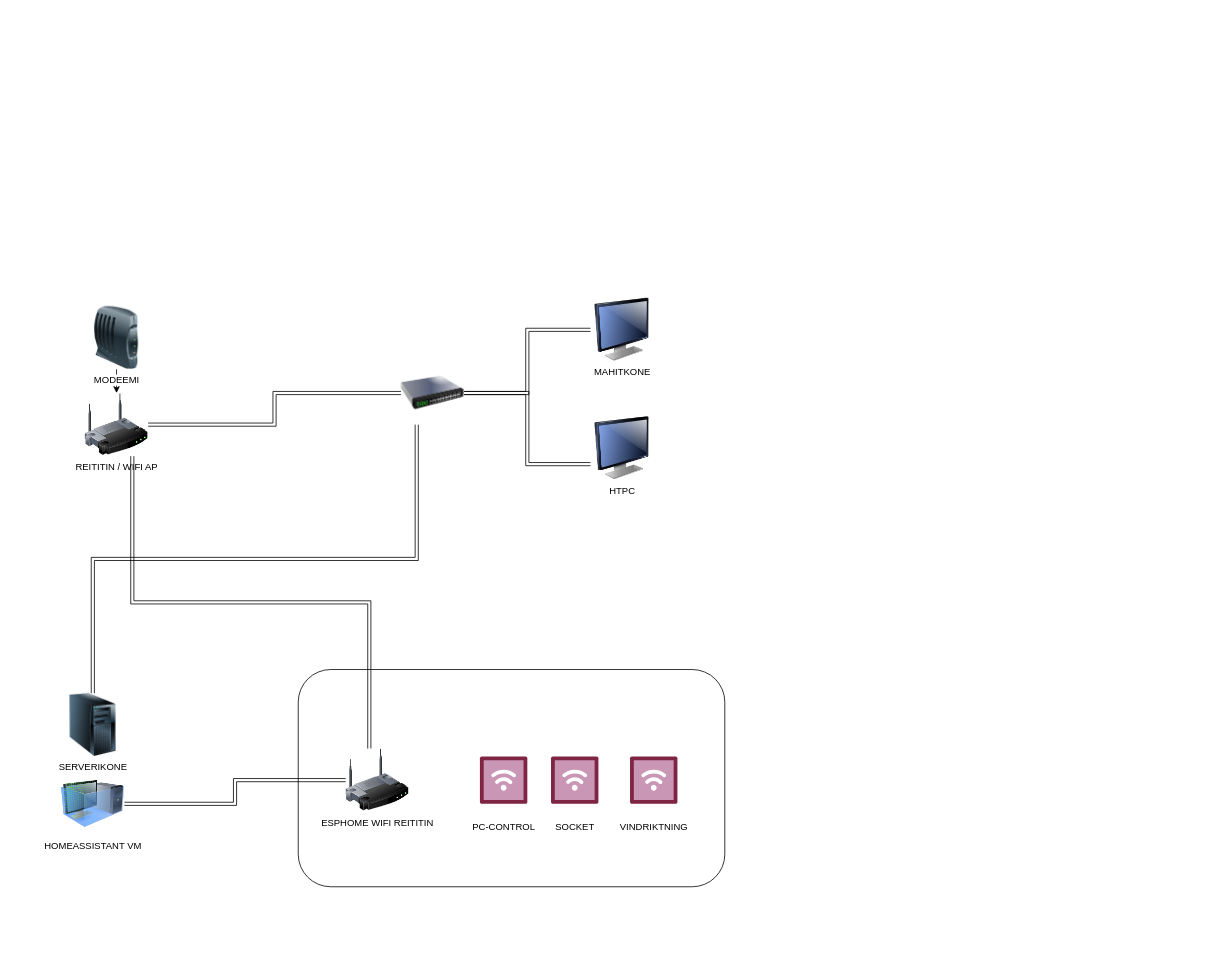
The draw.io diagram nettitopo.drawio in Xysaro/drawiopiirustuksia, before the edit. Source tidied: cells renumbered, new cells numbered last; positions are measured from the earlier drawing's top-left corner, leaving out a move shared by most shapes. Both pictures are drawn from the tidied source at 79%, with x=0, y=0 at pixel (61, 298).
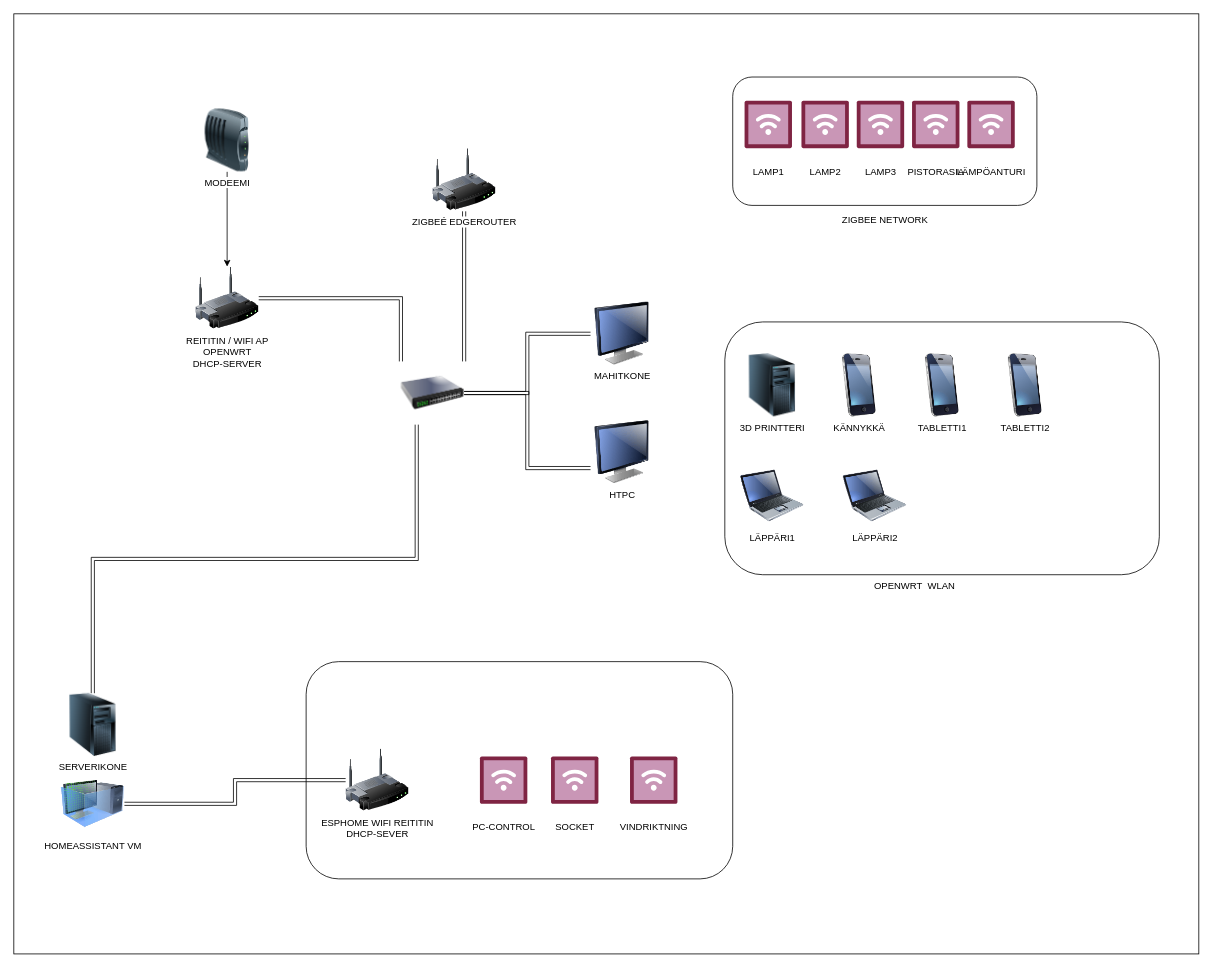
The same diagram, later.

Unchanged cells that the change refers to:
```xml
<mxCell id="4" style="image;html=1;image=img/lib/clip_art/networking/Switch_128x128.png;" parent="1" vertex="1">
  <mxGeometry x="430" y="80" width="80" height="80" as="geometry" />
</mxCell>
```

The edit, as a diff of the source:
```diff
@@
+    <mxCell id="21" style="rounded=0;whiteSpace=wrap;html=1;fillColor=none;" parent="1" vertex="1">
+      <mxGeometry x="-60" y="-360" width="1500" height="1190" as="geometry" />
+    </mxCell>
@@
+    <mxCell id="22" style="edgeStyle=orthogonalEdgeStyle;rounded=0;jettySize=auto;html=1;exitX=1;exitY=0.5;exitDx=0;exitDy=0;entryX=0;entryY=0.5;entryDx=0;entryDy=0;shape=link;" parent="1" edge="1" source="4" target="13">
+      <mxGeometry relative="1" as="geometry" />
+    </mxCell>
@@
-    <mxCell id="5" style="edgeStyle=orthogonalEdgeStyle;rounded=0;jettySize=auto;html=1;exitX=1;exitY=0.5;exitDx=0;exitDy=0;shape=link;" parent="1" edge="1" source="6" target="4">
+    <mxCell id="5" style="edgeStyle=orthogonalEdgeStyle;rounded=0;jettySize=auto;html=1;exitX=1;exitY=0.5;exitDx=0;exitDy=0;shape=link;entryX=0;entryY=0;entryDx=0;entryDy=0;" parent="1" edge="1" source="6" target="4">
       <mxGeometry relative="1" as="geometry" />
     </mxCell>
-    <mxCell id="6" value="&lt;div&gt;REITITIN / WIFI AP&lt;/div&gt;" style="image;html=1;image=img/lib/clip_art/networking/Wireless_Router_128x128.png;" parent="1" vertex="1">
-      <mxGeometry x="30" y="120" width="80" height="80" as="geometry" />
+    <mxCell id="6" value="&lt;div&gt;REITITIN / WIFI AP&lt;/div&gt;&lt;div&gt;OPENWRT&lt;/div&gt;&lt;div&gt;DHCP-SERVER&lt;br&gt;&lt;/div&gt;" style="image;html=1;image=img/lib/clip_art/networking/Wireless_Router_128x128.png;" parent="1" vertex="1">
+      <mxGeometry x="170" y="-40" width="80" height="80" as="geometry" />
     </mxCell>
@@
     <mxCell id="8" value="MODEEMI" style="image;html=1;image=img/lib/clip_art/networking/Modem_128x128.png;" parent="1" vertex="1">
-      <mxGeometry x="30" y="10" width="80" height="80" as="geometry" />
+      <mxGeometry x="170" y="-240" width="80" height="80" as="geometry" />
     </mxCell>
@@
     <mxCell id="11" style="rounded=1;whiteSpace=wrap;html=1;" parent="1" vertex="1">
-      <mxGeometry x="300" y="470" width="540" height="275" as="geometry" />
+      <mxGeometry x="310" y="460" width="540" height="275" as="geometry" />
     </mxCell>
-    <mxCell id="12" style="rounded=0;jettySize=auto;html=1;exitX=0;exitY=0.5;exitDx=0;exitDy=0;edgeStyle=orthogonalEdgeStyle;curved=0;flowAnimation=0;shape=link;" parent="1" edge="1" source="13" target="4">
-      <mxGeometry relative="1" as="geometry" />
-    </mxCell>
     <mxCell id="13" value="MAHITKONE" style="image;html=1;image=img/lib/clip_art/computers/Monitor_128x128.png;" parent="1" vertex="1">
-      <mxGeometry x="670" width="80" height="80" as="geometry" />
+      <mxGeometry x="670" y="5" width="80" height="80" as="geometry" />
     </mxCell>
     <mxCell id="14" value="HTPC" style="image;html=1;image=img/lib/clip_art/computers/Monitor_128x128.png;" parent="1" vertex="1">
-      <mxGeometry x="670" y="150" width="80" height="80" as="geometry" />
+      <mxGeometry x="670" y="155" width="80" height="80" as="geometry" />
     </mxCell>
-    <mxCell id="15" value="ESPHOME WIFI REITITIN" style="image;html=1;image=img/lib/clip_art/networking/Wireless_Router_128x128.png;" parent="1" vertex="1">
+    <mxCell id="15" value="&lt;div&gt;ESPHOME WIFI REITITIN&lt;/div&gt;&lt;div&gt;DHCP-SEVER&lt;br&gt;&lt;/div&gt;" style="image;html=1;image=img/lib/clip_art/networking/Wireless_Router_128x128.png;" parent="1" vertex="1">
       <mxGeometry x="360" y="570" width="80" height="80" as="geometry" />
     </mxCell>
@@
-    <mxCell id="20" style="edgeStyle=orthogonalEdgeStyle;rounded=0;jettySize=auto;html=1;exitX=0.75;exitY=1;exitDx=0;exitDy=0;shape=link;" parent="1" edge="1" source="6" target="15">
-      <mxGeometry relative="1" as="geometry">
-        <Array as="points">
-          <mxPoint x="90" y="385" />
-          <mxPoint x="390" y="385" />
-        </Array>
-      </mxGeometry>
-    </mxCell>
+    <mxCell id="23" style="edgeStyle=orthogonalEdgeStyle;rounded=0;jettySize=auto;html=1;exitX=0.5;exitY=1;exitDx=0;exitDy=0;entryX=1;entryY=0;entryDx=0;entryDy=0;shape=link;" parent="1" edge="1" source="24" target="4">
+      <mxGeometry relative="1" as="geometry" />
+    </mxCell>
+    <mxCell id="24" value="ZIGBEÉ EDGEROUTER" style="image;html=1;image=img/lib/clip_art/networking/Wireless_Router_128x128.png;" parent="1" vertex="1">
+      <mxGeometry x="470" y="-190" width="80" height="80" as="geometry" />
+    </mxCell>
+    <mxCell id="25" style="group;" parent="1" vertex="1">
+      <mxGeometry x="850" y="-280" width="405" height="200" as="geometry" />
+    </mxCell>
+    <mxCell id="26" style="rounded=1;whiteSpace=wrap;html=1;" parent="25" vertex="1">
+      <mxGeometry width="385" height="162.5" as="geometry" />
+    </mxCell>
+    <mxCell id="27" value="ZIGBEE NETWORK" style="text;strokeColor=none;align=center;fillColor=none;html=1;verticalAlign=middle;whiteSpace=wrap;rounded=0;" parent="25" vertex="1">
+      <mxGeometry x="56.6" y="162.5" width="271.8" height="37.5" as="geometry" />
+    </mxCell>
+    <mxCell id="28" value="&lt;div&gt;LAMP1&lt;/div&gt;" style="verticalLabelPosition=bottom;html=1;shape=mxgraph.salesforce.iot;" parent="25" vertex="1">
+      <mxGeometry x="15" y="30" width="60" height="60" as="geometry" />
+    </mxCell>
+    <mxCell id="29" value="&lt;div&gt;LAMP2&lt;/div&gt;" style="verticalLabelPosition=bottom;html=1;shape=mxgraph.salesforce.iot;" parent="25" vertex="1">
+      <mxGeometry x="87" y="30" width="60" height="60" as="geometry" />
+    </mxCell>
+    <mxCell id="30" value="&lt;div&gt;LAMP3&lt;/div&gt;" style="verticalLabelPosition=bottom;html=1;shape=mxgraph.salesforce.iot;" parent="25" vertex="1">
+      <mxGeometry x="157" y="30" width="60" height="60" as="geometry" />
+    </mxCell>
+    <mxCell id="31" value="&lt;div&gt;PISTORASIA&lt;br&gt;&lt;/div&gt;" style="verticalLabelPosition=bottom;html=1;shape=mxgraph.salesforce.iot;" parent="25" vertex="1">
+      <mxGeometry x="227" y="30" width="60" height="60" as="geometry" />
+    </mxCell>
+    <mxCell id="32" value="LÄMPÖANTURI" style="verticalLabelPosition=bottom;html=1;shape=mxgraph.salesforce.iot;" parent="25" vertex="1">
+      <mxGeometry x="297" y="30" width="60" height="60" as="geometry" />
+    </mxCell>
+    <mxCell id="33" style="group;" parent="1" vertex="1">
+      <mxGeometry x="840" y="30" width="550" height="350" as="geometry" />
+    </mxCell>
+    <mxCell id="34" style="group;" parent="33" vertex="1">
+      <mxGeometry width="550" height="350" as="geometry" />
+    </mxCell>
+    <mxCell id="35" style="rounded=1;whiteSpace=wrap;html=1;" parent="34" vertex="1">
+      <mxGeometry width="550" height="320" as="geometry" />
+    </mxCell>
+    <mxCell id="36" value="OPENWRT&amp;nbsp; WLAN" style="text;html=1;align=center;verticalAlign=middle;strokeColor=none;fillColor=none;" parent="34" vertex="1">
+      <mxGeometry x="180" y="320" width="120" height="30" as="geometry" />
+    </mxCell>
+    <mxCell id="37" value="KÄNNYKKÄ" style="image;html=1;image=img/lib/clip_art/telecommunication/iPhone_128x128.png;" parent="34" vertex="1">
+      <mxGeometry x="130" y="40" width="80" height="80" as="geometry" />
+    </mxCell>
+    <mxCell id="38" value="TABLETTI1" style="image;html=1;image=img/lib/clip_art/telecommunication/iPhone_128x128.png;" parent="34" vertex="1">
+      <mxGeometry x="235" y="40" width="80" height="80" as="geometry" />
+    </mxCell>
+    <mxCell id="39" value="TABLETTI2" style="image;html=1;image=img/lib/clip_art/telecommunication/iPhone_128x128.png;" parent="34" vertex="1">
+      <mxGeometry x="340" y="40" width="80" height="80" as="geometry" />
+    </mxCell>
+    <mxCell id="40" value="3D PRINTTERI" style="image;html=1;image=img/lib/clip_art/computers/Server_Tower_128x128.png;" parent="33" vertex="1">
+      <mxGeometry x="20" y="40" width="80" height="80" as="geometry" />
+    </mxCell>
+    <mxCell id="41" value="LÄPPÄRI1" style="image;html=1;image=img/lib/clip_art/computers/Laptop_128x128.png;" parent="33" vertex="1">
+      <mxGeometry x="20" y="180" width="80" height="80" as="geometry" />
+    </mxCell>
+    <mxCell id="42" value="LÄPPÄRI2" style="image;html=1;image=img/lib/clip_art/computers/Laptop_128x128.png;" parent="33" vertex="1">
+      <mxGeometry x="150" y="180" width="80" height="80" as="geometry" />
+    </mxCell>
```
